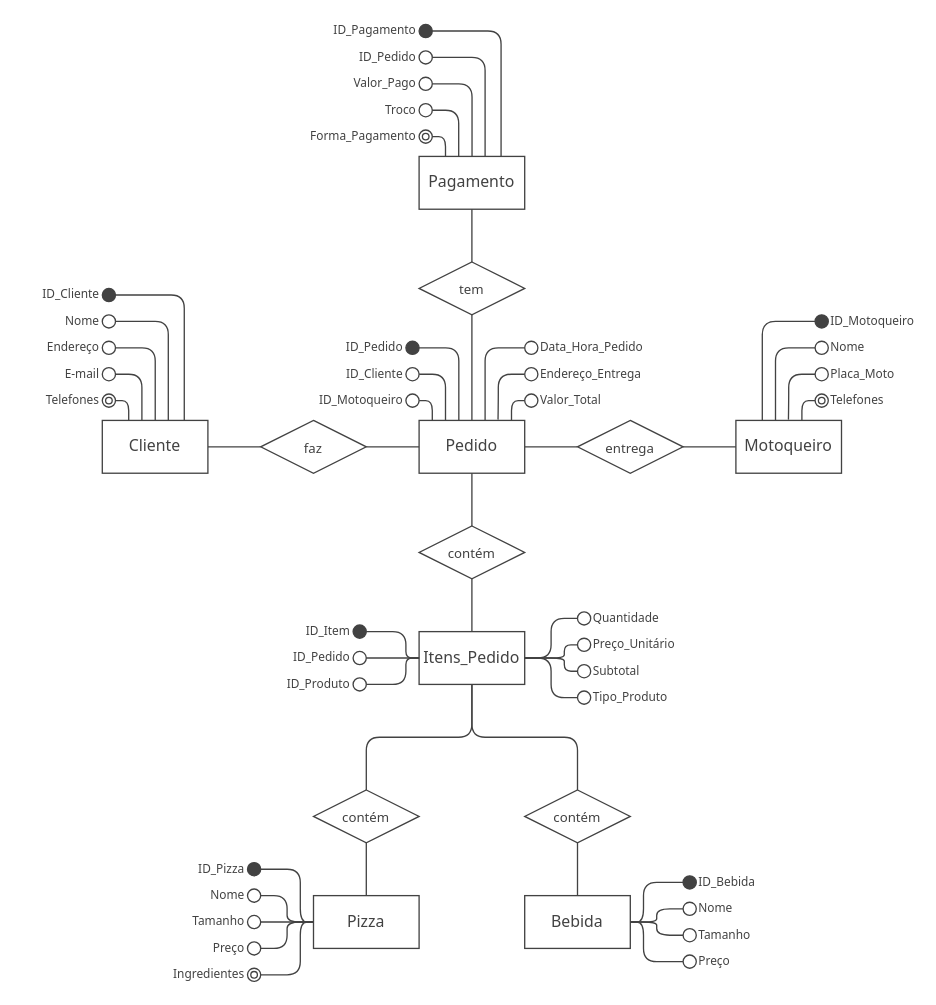
Earlier version of the draw.io diagram modelo-conceitual-delivery-pizzaria.drawio (ArielSpencer/modelagem-delivery-pizzaria). Source tidied: cells renumbered, new cells numbered last; positions are measured from the earlier drawing's top-left corner, leaving out a move shared by most shapes. Both pictures are drawn from the tidied source at 132%, with x=0, y=0 at pixel (22, 24).
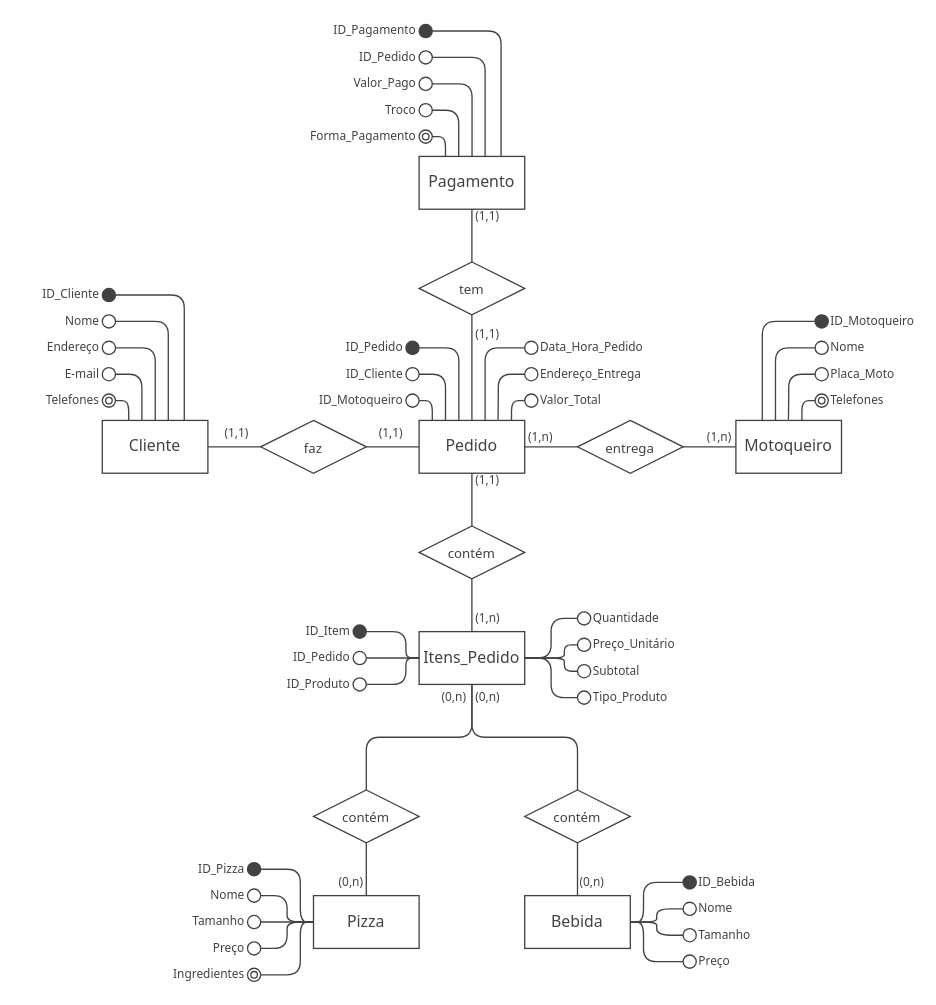
The same page after the edit.

Commit message:
feat: added cardinalities to the conceptual model

Diff of the diagram source:
```diff
@@
+    <mxCell id="152" value="(1,1)" style="text;html=1;strokeColor=none;fillColor=none;align=left;verticalAlign=middle;whiteSpace=wrap;rounded=0;fontFamily=Tahoma;fontColor=#424242;fontSize=9;" parent="1" vertex="1">
+      <mxGeometry x="151" y="305" width="30" height="10" as="geometry" />
+    </mxCell>
+    <mxCell id="153" value="(1,1)" style="text;html=1;strokeColor=none;fillColor=none;align=right;verticalAlign=middle;whiteSpace=wrap;rounded=0;fontFamily=Tahoma;fontColor=#424242;fontSize=9;" parent="1" vertex="1">
+      <mxGeometry x="260" y="305" width="30" height="10" as="geometry" />
+    </mxCell>
+    <mxCell id="154" value="(1,n)" style="text;html=1;strokeColor=none;fillColor=none;align=left;verticalAlign=middle;whiteSpace=wrap;rounded=0;fontFamily=Tahoma;fontColor=#424242;fontSize=9;" parent="1" vertex="1">
+      <mxGeometry x="381" y="308" width="30" height="10" as="geometry" />
+    </mxCell>
+    <mxCell id="155" value="(1,n)" style="text;html=1;strokeColor=none;fillColor=none;align=right;verticalAlign=middle;whiteSpace=wrap;rounded=0;fontFamily=Tahoma;fontColor=#424242;fontSize=9;" parent="1" vertex="1">
+      <mxGeometry x="509" y="308" width="30" height="10" as="geometry" />
+    </mxCell>
+    <mxCell id="156" value="(1,1)" style="text;html=1;strokeColor=none;fillColor=none;align=left;verticalAlign=middle;whiteSpace=wrap;rounded=0;fontFamily=Tahoma;fontColor=#424242;fontSize=9;" parent="1" vertex="1">
+      <mxGeometry x="341" y="230" width="30" height="10" as="geometry" />
+    </mxCell>
+    <mxCell id="157" value="(1,1)" style="text;html=1;strokeColor=none;fillColor=none;align=left;verticalAlign=middle;whiteSpace=wrap;rounded=0;fontFamily=Tahoma;fontColor=#424242;fontSize=9;" parent="1" vertex="1">
+      <mxGeometry x="341" y="141" width="30" height="10" as="geometry" />
+    </mxCell>
+    <mxCell id="158" value="(1,1)" style="text;html=1;strokeColor=none;fillColor=none;align=left;verticalAlign=middle;whiteSpace=wrap;rounded=0;fontFamily=Tahoma;fontColor=#424242;fontSize=9;" parent="1" vertex="1">
+      <mxGeometry x="341" y="341" width="30" height="10" as="geometry" />
+    </mxCell>
+    <mxCell id="159" value="(1,n)" style="text;html=1;strokeColor=none;fillColor=none;align=left;verticalAlign=middle;whiteSpace=wrap;rounded=0;fontFamily=Tahoma;fontColor=#424242;fontSize=9;" parent="1" vertex="1">
+      <mxGeometry x="341" y="445" width="30" height="10" as="geometry" />
+    </mxCell>
+    <mxCell id="160" value="(0,n)" style="text;html=1;strokeColor=none;fillColor=none;align=right;verticalAlign=middle;whiteSpace=wrap;rounded=0;fontFamily=Tahoma;fontColor=#424242;fontSize=9;" parent="1" vertex="1">
+      <mxGeometry x="307.5" y="505" width="30" height="10" as="geometry" />
+    </mxCell>
+    <mxCell id="161" value="&lt;span style=&quot;text-align: right;&quot;&gt;(0,n)&lt;/span&gt;" style="text;html=1;strokeColor=none;fillColor=none;align=left;verticalAlign=middle;whiteSpace=wrap;rounded=0;fontFamily=Tahoma;fontColor=#424242;fontSize=9;" parent="1" vertex="1">
+      <mxGeometry x="341" y="505" width="30" height="10" as="geometry" />
+    </mxCell>
+    <mxCell id="162" value="&lt;span style=&quot;text-align: right;&quot;&gt;(0,n)&lt;/span&gt;" style="text;html=1;strokeColor=none;fillColor=none;align=left;verticalAlign=middle;whiteSpace=wrap;rounded=0;fontFamily=Tahoma;fontColor=#424242;fontSize=9;" parent="1" vertex="1">
+      <mxGeometry x="420" y="645" width="30" height="10" as="geometry" />
+    </mxCell>
+    <mxCell id="163" value="(0,n)" style="text;html=1;strokeColor=none;fillColor=none;align=right;verticalAlign=middle;whiteSpace=wrap;rounded=0;fontFamily=Tahoma;fontColor=#424242;fontSize=9;" parent="1" vertex="1">
+      <mxGeometry x="230" y="645" width="30" height="10" as="geometry" />
+    </mxCell>
```
